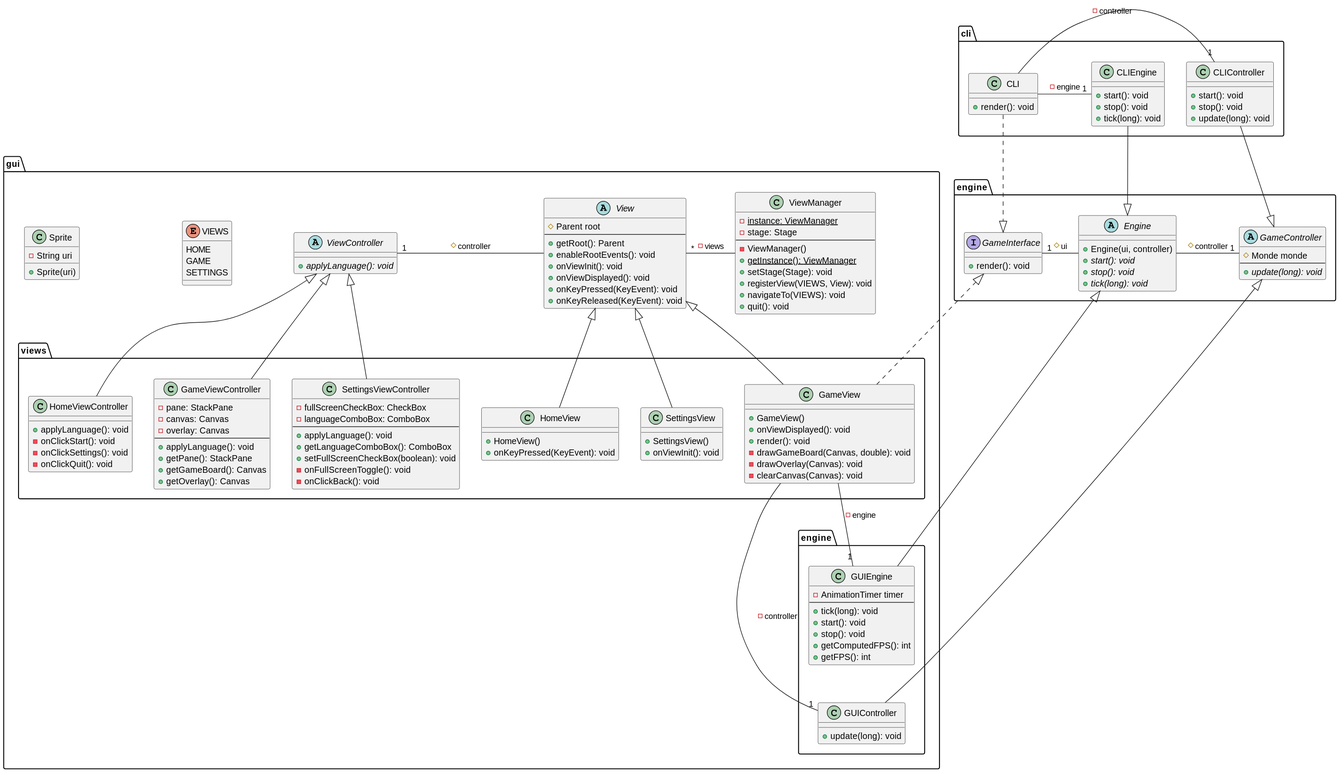
Above: docs/uml/class-gui.svg in victord54/escape (PlantUML), before the change.
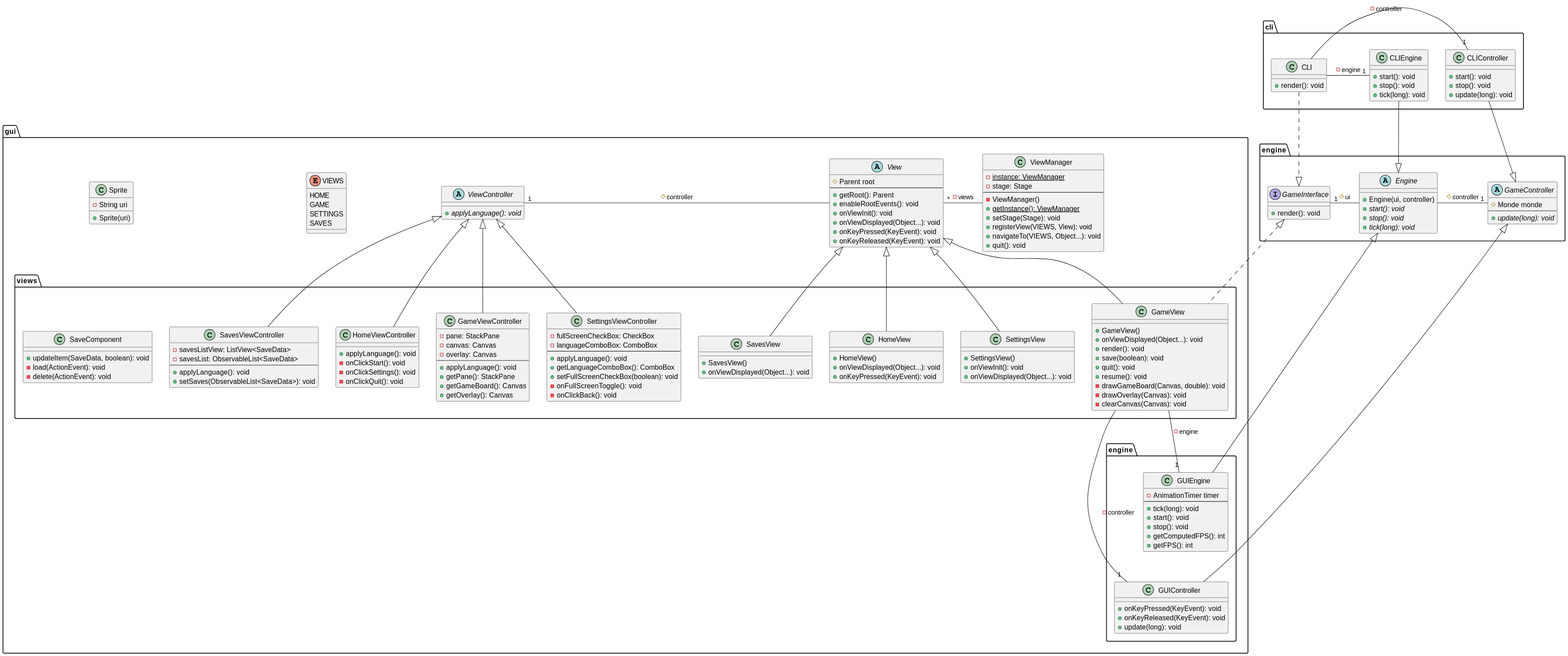
Later version of the same file.

Change to the diagram source:
```diff
@@ -43,7 +43,7 @@
         + getRoot(): Parent
         + enableRootEvents(): void
         + onViewInit(): void
-        + onViewDisplayed(): void
+        + onViewDisplayed(Object...): void
         + onKeyPressed(KeyEvent): void
         + onKeyReleased(KeyEvent): void
     }
@@ -56,6 +56,7 @@
         HOME
         GAME
         SETTINGS
+        SAVES
     }
 
     class ViewManager {
@@ -66,7 +67,7 @@
         + {static} getInstance(): ViewManager
         + setStage(Stage): void
         + registerView(VIEWS, View): void
-        + navigateTo(VIEWS): void
+        + navigateTo(VIEWS, Object...): void
         + quit(): void
     }
 
@@ -100,15 +101,27 @@
             - onClickBack(): void
         }
 
+        class SavesViewController {
+            - savesListView: ListView<SaveData>
+            - savesList: ObservableList<SaveData>
+            --
+            + applyLanguage(): void
+            + setSaves(ObservableList<SaveData>): void
+        }
+
         class HomeView {
             + HomeView()
+            + onViewDisplayed(Object...): void
             + onKeyPressed(KeyEvent): void
         }
 
         class GameView {
             + GameView()
-            + onViewDisplayed(): void
+            + onViewDisplayed(Object...): void
             + render(): void
+            + save(boolean): void
+            + quit(): void
+            + resume(): void
             - drawGameBoard(Canvas, double): void
             - drawOverlay(Canvas): void
             - clearCanvas(Canvas): void
@@ -117,6 +130,18 @@
         class SettingsView {
             + SettingsView()
             + onViewInit(): void
+            + onViewDisplayed(Object...): void
+        }
+
+        class SavesView {
+            + SavesView()
+            + onViewDisplayed(Object...): void
+        }
+
+        class SaveComponent {
+            + updateItem(SaveData, boolean): void
+            - load(ActionEvent): void
+            - delete(ActionEvent): void
         }
     }
 
@@ -127,6 +152,8 @@
 
     package engine {
         class GUIController {
+            + onKeyPressed(KeyEvent): void
+            + onKeyReleased(KeyEvent): void
             + update(long): void
         }
 
@@ -167,4 +194,6 @@
 GameView -up-|> View
 SettingsViewController -up-|> ViewController
 SettingsView -up-|> View
+SavesViewController -up-|> ViewController
+SavesView -up-|> View
 @enduml
```
